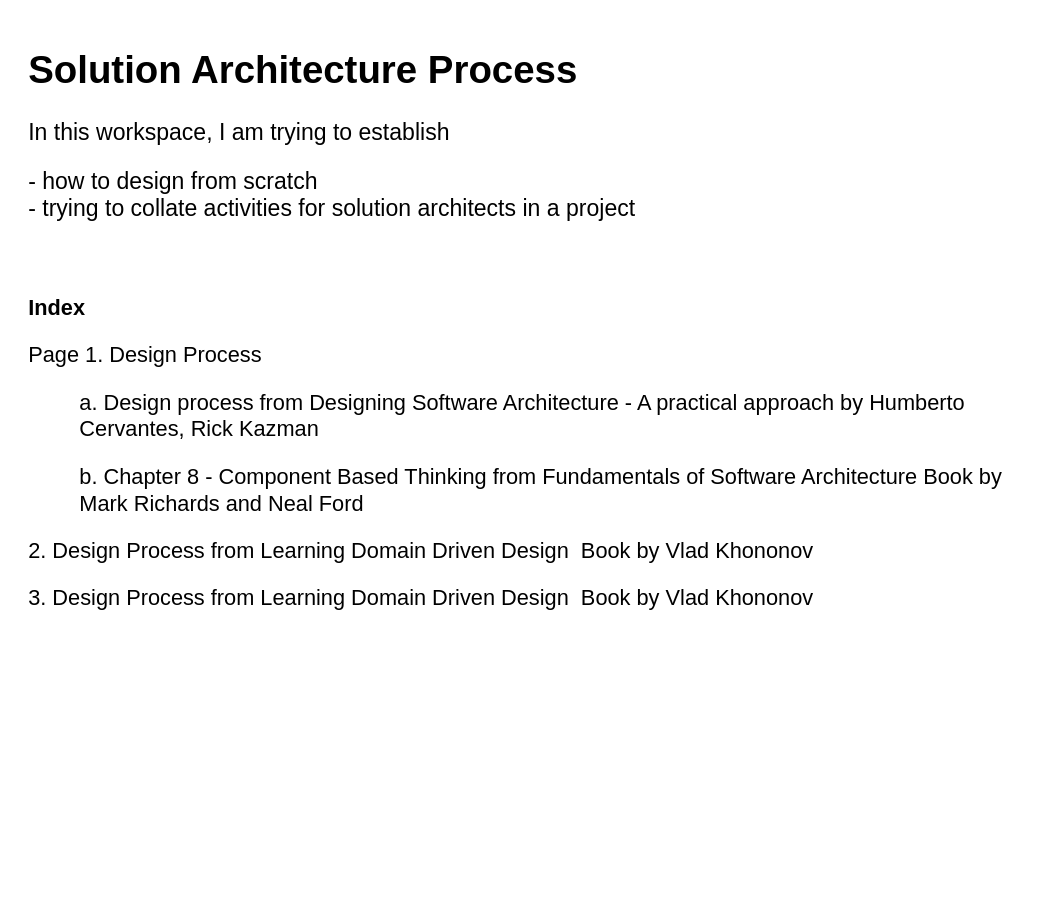
Gaur4vGaur/probable-octo keeps this draw.io diagram as page "Index" (1 of 6) of SolutionArchitectureProcess.drawio. Above is the earlier version. Source tidied: cells renumbered, new cells numbered last; positions are measured from the earlier drawing's top-left corner, leaving out a move shared by most shapes. Both pictures are drawn from the tidied source at 128%, with x=0, y=0 at pixel (22, 35).
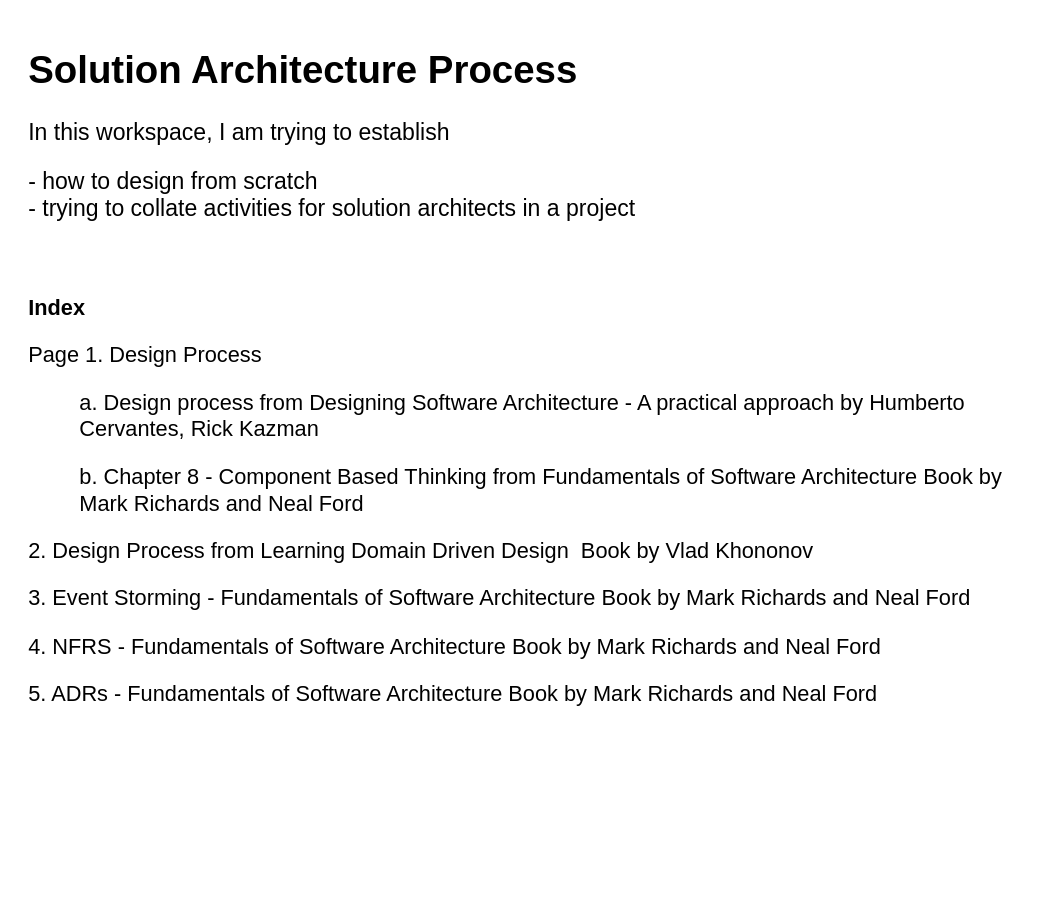
The same page after the edit.

The edit, as a diff of the source:
```diff
@@
 <mxGraphModel>
   <root>
     <mxCell id="0" />
     <mxCell id="1" parent="0" />
-    <mxCell id="2" value="&lt;h1 style=&quot;font-size: 30px;&quot;&gt;&lt;font style=&quot;font-size: 30px;&quot;&gt;Solution Architecture Process&lt;/font&gt;&lt;/h1&gt;&lt;p style=&quot;&quot;&gt;&lt;font style=&quot;font-size: 18px;&quot;&gt;In this workspace, I am trying to establish&amp;nbsp;&lt;/font&gt;&lt;/p&gt;&lt;p style=&quot;font-size: 17px;&quot;&gt;&lt;font style=&quot;font-size: 18px;&quot;&gt;- how to design from scratch&lt;br&gt;- trying to collate activities for solution architects in a project&lt;/font&gt;&lt;/p&gt;&lt;p style=&quot;font-size: 17px;&quot;&gt;&lt;font style=&quot;font-size: 18px;&quot;&gt;&lt;br&gt;&lt;/font&gt;&lt;/p&gt;&lt;p style=&quot;font-size: 17px;&quot;&gt;&lt;b&gt;Index&lt;/b&gt;&lt;/p&gt;&lt;p style=&quot;font-size: 17px;&quot;&gt;Page 1. Design Process&amp;nbsp;&lt;/p&gt;&lt;blockquote style=&quot;margin: 0 0 0 40px; border: none; padding: 0px;&quot;&gt;&lt;p style=&quot;font-size: 17px;&quot;&gt;a. Design process from Designing Software Architecture - A practical approach by Humberto Cervantes, Rick Kazman&lt;/p&gt;&lt;/blockquote&gt;&lt;blockquote style=&quot;margin: 0 0 0 40px; border: none; padding: 0px;&quot;&gt;&lt;p style=&quot;font-size: 17px;&quot;&gt;b. Chapter 8 - Component Based Thinking from Fundamentals of Software Architecture Book by Mark Richards and Neal Ford&lt;/p&gt;&lt;/blockquote&gt;&lt;p style=&quot;font-size: 17px;&quot;&gt;2. Design Process from Learning Domain Driven Design&amp;nbsp;&amp;nbsp;Book by Vlad Khononov&lt;/p&gt;&lt;p style=&quot;font-size: 17px;&quot;&gt;3. Design Process from Learning Domain Driven Design&amp;nbsp;&amp;nbsp;Book by Vlad Khononov&lt;/p&gt;" style="text;html=1;strokeColor=none;fillColor=none;spacing=5;spacingTop=-20;whiteSpace=wrap;overflow=hidden;rounded=0;" parent="1" vertex="1">
-      <mxGeometry width="780" height="510" as="geometry" />
+    <mxCell id="2" value="&lt;h1 style=&quot;font-size: 30px;&quot;&gt;&lt;font style=&quot;font-size: 30px;&quot;&gt;Solution Architecture Process&lt;/font&gt;&lt;/h1&gt;&lt;p style=&quot;&quot;&gt;&lt;font style=&quot;font-size: 18px;&quot;&gt;In this workspace, I am trying to establish&amp;nbsp;&lt;/font&gt;&lt;/p&gt;&lt;p style=&quot;font-size: 17px;&quot;&gt;&lt;font style=&quot;font-size: 18px;&quot;&gt;- how to design from scratch&lt;br&gt;- trying to collate activities for solution architects in a project&lt;/font&gt;&lt;/p&gt;&lt;p style=&quot;font-size: 17px;&quot;&gt;&lt;font style=&quot;font-size: 18px;&quot;&gt;&lt;br&gt;&lt;/font&gt;&lt;/p&gt;&lt;p style=&quot;font-size: 17px;&quot;&gt;&lt;b&gt;Index&lt;/b&gt;&lt;/p&gt;&lt;p style=&quot;font-size: 17px;&quot;&gt;Page 1. Design Process&amp;nbsp;&lt;/p&gt;&lt;blockquote style=&quot;margin: 0 0 0 40px; border: none; padding: 0px;&quot;&gt;&lt;p style=&quot;font-size: 17px;&quot;&gt;a. Design process from Designing Software Architecture - A practical approach by Humberto Cervantes, Rick Kazman&lt;/p&gt;&lt;/blockquote&gt;&lt;blockquote style=&quot;margin: 0 0 0 40px; border: none; padding: 0px;&quot;&gt;&lt;p style=&quot;font-size: 17px;&quot;&gt;b. Chapter 8 - Component Based Thinking from Fundamentals of Software Architecture Book by Mark Richards and Neal Ford&lt;/p&gt;&lt;/blockquote&gt;&lt;p style=&quot;font-size: 17px;&quot;&gt;2. Design Process from Learning Domain Driven Design&amp;nbsp;&amp;nbsp;Book by Vlad Khononov&lt;/p&gt;&lt;p style=&quot;font-size: 17px;&quot;&gt;3. Event Storming -&amp;nbsp;Fundamentals of Software Architecture Book by Mark Richards and Neal Ford&lt;/p&gt;&lt;p style=&quot;font-size: 17px;&quot;&gt;&lt;span style=&quot;background-color: initial;&quot;&gt;4. NFRS -&amp;nbsp;Fundamentals of Software Architecture Book by Mark Richards and Neal Ford&lt;/span&gt;&lt;br&gt;&lt;/p&gt;&lt;p style=&quot;font-size: 17px;&quot;&gt;&lt;span style=&quot;background-color: initial;&quot;&gt;5. ADRs -&lt;/span&gt;&amp;nbsp;Fundamentals of Software Architecture Book by Mark Richards and Neal Ford&lt;/p&gt;&lt;p style=&quot;--tw-border-spacing-x: 0; --tw-border-spacing-y: 0; --tw-translate-x: 0; --tw-translate-y: 0; --tw-rotate: 0; --tw-skew-x: 0; --tw-skew-y: 0; --tw-scale-x: 1; --tw-scale-y: 1; --tw-pan-x: ; --tw-pan-y: ; --tw-pinch-zoom: ; --tw-scroll-snap-strictness: proximity; --tw-ordinal: ; --tw-slashed-zero: ; --tw-numeric-figure: ; --tw-numeric-spacing: ; --tw-numeric-fraction: ; --tw-ring-inset: ; --tw-ring-offset-width: 0px; --tw-ring-offset-color: #fff; --tw-ring-color: rgb(59 130 246 / .5); --tw-ring-offset-shadow: 0 0 #0000; --tw-ring-shadow: 0 0 #0000; --tw-shadow: 0 0 #0000; --tw-shadow-colored: 0 0 #0000; --tw-blur: ; --tw-brightness: ; --tw-contrast: ; --tw-grayscale: ; --tw-hue-rotate: ; --tw-invert: ; --tw-saturate: ; --tw-sepia: ; --tw-drop-shadow: ; --tw-backdrop-blur: ; --tw-backdrop-brightness: ; --tw-backdrop-contrast: ; --tw-backdrop-grayscale: ; --tw-backdrop-hue-rotate: ; --tw-backdrop-invert: ; --tw-backdrop-opacity: ; --tw-backdrop-saturate: ; --tw-backdrop-sepia: ; border-color: var(--border-color); font-size: 17px;&quot;&gt;&lt;br style=&quot;--tw-border-spacing-x: 0; --tw-border-spacing-y: 0; --tw-translate-x: 0; --tw-translate-y: 0; --tw-rotate: 0; --tw-skew-x: 0; --tw-skew-y: 0; --tw-scale-x: 1; --tw-scale-y: 1; --tw-pan-x: ; --tw-pan-y: ; --tw-pinch-zoom: ; --tw-scroll-snap-strictness: proximity; --tw-ordinal: ; --tw-slashed-zero: ; --tw-numeric-figure: ; --tw-numeric-spacing: ; --tw-numeric-fraction: ; --tw-ring-inset: ; --tw-ring-offset-width: 0px; --tw-ring-offset-color: #fff; --tw-ring-color: rgb(59 130 246 / .5); --tw-ring-offset-shadow: 0 0 #0000; --tw-ring-shadow: 0 0 #0000; --tw-shadow: 0 0 #0000; --tw-shadow-colored: 0 0 #0000; --tw-blur: ; --tw-brightness: ; --tw-contrast: ; --tw-grayscale: ; --tw-hue-rotate: ; --tw-invert: ; --tw-saturate: ; --tw-sepia: ; --tw-drop-shadow: ; --tw-backdrop-blur: ; --tw-backdrop-brightness: ; --tw-backdrop-contrast: ; --tw-backdrop-grayscale: ; --tw-backdrop-hue-rotate: ; --tw-backdrop-invert: ; --tw-backdrop-opacity: ; --tw-backdrop-saturate: ; --tw-backdrop-sepia: ; border-color: var(--border-color);&quot;&gt;&lt;/p&gt;" style="text;html=1;strokeColor=none;fillColor=none;spacing=5;spacingTop=-20;whiteSpace=wrap;overflow=hidden;rounded=0;" parent="1" vertex="1">
+      <mxGeometry width="780" height="660" as="geometry" />
     </mxCell>
   </root>
 </mxGraphModel>
```
